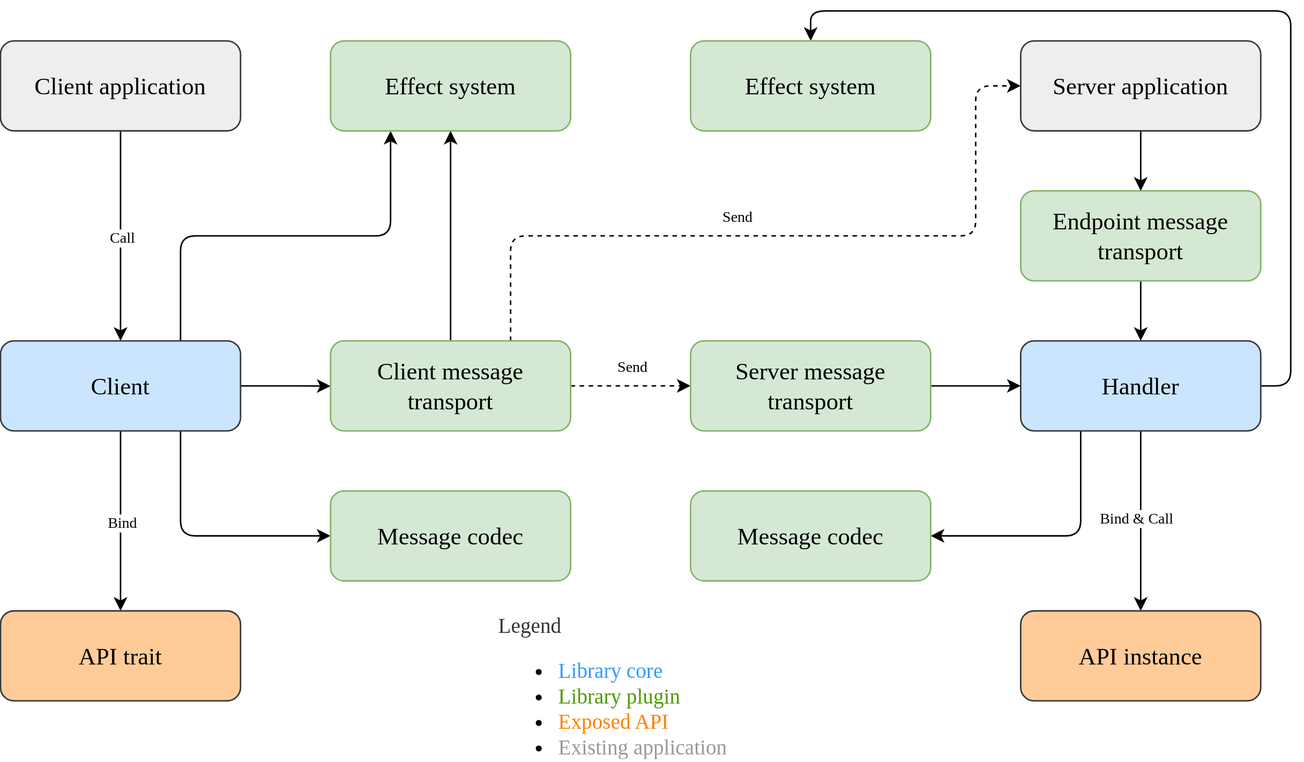
Above: doc/images/architecture.svg in martin-ockajak/automorph (draw.io), before the change. Source tidied: cells renumbered, new cells last; positions are measured from the earlier drawing's top-left corner, leaving out a move shared by most shapes.
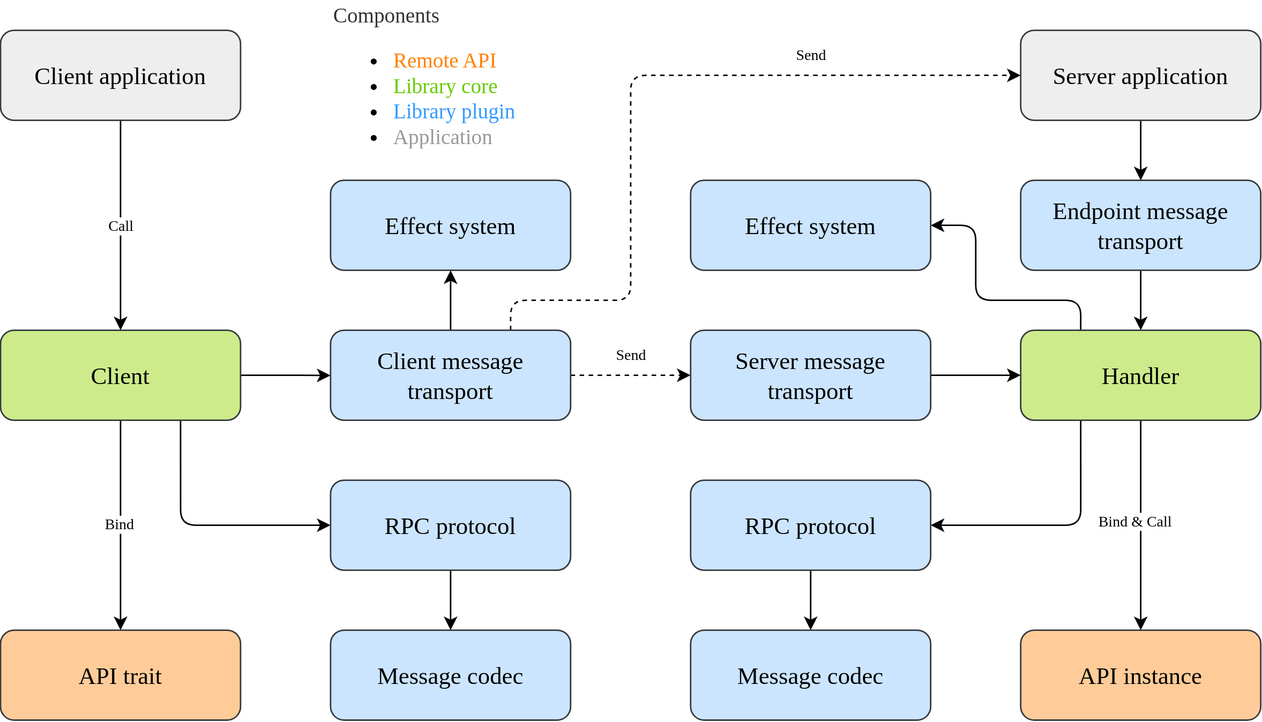
Later version of the same file.

The edit, as a diff of the source:
```diff
@@ -15,14 +15,6 @@
     <mxCell id="4" style="edgeStyle=none;rounded=1;jettySize=auto;html=1;exitX=0.5;exitY=1;exitDx=0;exitDy=0;fontFamily=Verdana;fontSize=16;strokeColor=none;" parent="1" edge="1" source="8" target="24">
       <mxGeometry relative="1" as="geometry" />
     </mxCell>
-    <mxCell id="5" style="edgeStyle=orthogonalEdgeStyle;rounded=1;jettySize=auto;html=1;exitX=0.75;exitY=0;exitDx=0;exitDy=0;entryX=0.25;entryY=1;entryDx=0;entryDy=0;fontFamily=Verdana;fontSize=16;" parent="1" edge="1" source="8" target="13">
-      <mxGeometry relative="1" as="geometry">
-        <Array as="points">
-          <mxPoint x="120" y="150" />
-          <mxPoint x="260" y="150" />
-        </Array>
-      </mxGeometry>
-    </mxCell>
     <mxCell id="6" style="edgeStyle=orthogonalEdgeStyle;rounded=1;jettySize=auto;html=1;exitX=1;exitY=0.5;exitDx=0;exitDy=0;fontFamily=Verdana;fontSize=16;strokeColor=#000000;" parent="1" edge="1" source="8">
       <mxGeometry relative="1" as="geometry">
         <mxPoint x="220" y="250.1" as="targetPoint" />
@@ -31,7 +23,7 @@
     <mxCell id="7" style="edgeStyle=orthogonalEdgeStyle;rounded=1;jettySize=auto;html=1;exitX=0.5;exitY=1;exitDx=0;exitDy=0;entryX=0.5;entryY=0;entryDx=0;entryDy=0;fontFamily=Verdana;fontSize=16;strokeColor=#000000;" parent="1" edge="1" source="8" target="24">
       <mxGeometry relative="1" as="geometry" />
     </mxCell>
-    <mxCell id="8" value="&lt;font style=&quot;font-size: 16px;&quot;&gt;Client&lt;/font&gt;" style="rounded=1;whiteSpace=wrap;html=1;fillColor=#cce5ff;strokeColor=#36393d;fontFamily=Verdana;fontSize=16;" parent="1" vertex="1">
+    <mxCell id="8" value="&lt;font style=&quot;font-size: 16px;&quot;&gt;Client&lt;/font&gt;" style="rounded=1;whiteSpace=wrap;html=1;fillColor=#cdeb8b;strokeColor=#36393d;fontFamily=Verdana;fontSize=16;" parent="1" vertex="1">
       <mxGeometry y="220" width="160" height="60" as="geometry" />
     </mxCell>
     <mxCell id="9" style="edgeStyle=orthogonalEdgeStyle;rounded=1;jettySize=auto;html=1;exitX=0.5;exitY=1;exitDx=0;exitDy=0;fontFamily=Verdana;fontSize=16;" parent="1" edge="1" source="12" target="25">
@@ -44,22 +36,25 @@
         </Array>
       </mxGeometry>
     </mxCell>
-    <mxCell id="11" style="edgeStyle=orthogonalEdgeStyle;rounded=1;jettySize=auto;html=1;exitX=1;exitY=0.5;exitDx=0;exitDy=0;entryX=0.5;entryY=0;entryDx=0;entryDy=0;fontFamily=Verdana;fontSize=16;strokeColor=#000000;" parent="1" edge="1" source="12" target="30">
+    <mxCell id="11" style="edgeStyle=orthogonalEdgeStyle;rounded=1;jettySize=auto;html=1;exitX=0.25;exitY=0;exitDx=0;exitDy=0;entryX=1;entryY=0.5;entryDx=0;entryDy=0;fontFamily=Verdana;fontSize=16;strokeColor=#000000;" parent="1" edge="1" source="12" target="30">
       <mxGeometry relative="1" as="geometry">
         <Array as="points">
-          <mxPoint x="860" y="250" />
-          <mxPoint x="860" />
-          <mxPoint x="540" />
+          <mxPoint x="720" y="200" />
+          <mxPoint x="650" y="200" />
+          <mxPoint x="650" y="150" />
         </Array>
       </mxGeometry>
     </mxCell>
-    <mxCell id="12" value="&lt;font style=&quot;font-size: 16px;&quot;&gt;Handler&lt;/font&gt;" style="rounded=1;whiteSpace=wrap;html=1;fillColor=#cce5ff;strokeColor=#36393d;fontFamily=Verdana;fontSize=16;" parent="1" vertex="1">
+    <mxCell id="12" value="&lt;font style=&quot;font-size: 16px;&quot;&gt;Handler&lt;/font&gt;" style="rounded=1;whiteSpace=wrap;html=1;fillColor=#cdeb8b;strokeColor=#36393d;fontFamily=Verdana;fontSize=16;" parent="1" vertex="1">
       <mxGeometry x="680" y="220" width="160" height="60" as="geometry" />
     </mxCell>
-    <mxCell id="13" value="&lt;font style=&quot;font-size: 16px;&quot;&gt;Effect system&lt;/font&gt;" style="rounded=1;whiteSpace=wrap;html=1;fillColor=#d5e8d4;strokeColor=#82b366;fontFamily=Verdana;fontSize=16;verticalAlign=middle;" parent="1" vertex="1">
-      <mxGeometry x="220" y="20" width="160" height="60" as="geometry" />
+    <mxCell id="13" value="&lt;font style=&quot;font-size: 16px;&quot;&gt;Effect system&lt;/font&gt;" style="rounded=1;whiteSpace=wrap;html=1;fillColor=#cce5ff;strokeColor=#36393d;fontFamily=Verdana;fontSize=16;verticalAlign=middle;" parent="1" vertex="1">
+      <mxGeometry x="220" y="120" width="160" height="60" as="geometry" />
     </mxCell>
+    <mxCell id="38" style="edgeStyle=orthogonalEdgeStyle;rounded=0;jettySize=auto;html=1;exitX=0.5;exitY=1;exitDx=0;exitDy=0;entryX=0.5;entryY=0;entryDx=0;entryDy=0;" parent="1" edge="1" source="14" target="40">
+      <mxGeometry relative="1" as="geometry" />
+    </mxCell>
-    <mxCell id="14" value="&lt;font style=&quot;font-size: 16px&quot;&gt;Message codec&lt;/font&gt;" style="rounded=1;whiteSpace=wrap;html=1;fillColor=#d5e8d4;strokeColor=#82b366;fontFamily=Verdana;fontSize=16;" parent="1" vertex="1">
+    <mxCell id="14" value="&lt;font style=&quot;font-size: 16px&quot;&gt;RPC protocol&lt;/font&gt;" style="rounded=1;whiteSpace=wrap;html=1;fillColor=#cce5ff;strokeColor=#36393d;fontFamily=Verdana;fontSize=16;" parent="1" vertex="1">
       <mxGeometry x="220" y="320" width="160" height="60" as="geometry" />
     </mxCell>
     <mxCell id="15" style="edgeStyle=orthogonalEdgeStyle;rounded=1;jettySize=auto;html=1;exitX=1;exitY=0.5;exitDx=0;exitDy=0;entryX=0;entryY=0.5;entryDx=0;entryDy=0;fontFamily=Verdana;fontSize=16;dashed=1;" parent="1" edge="1" source="18" target="20">
@@ -68,22 +63,22 @@
     <mxCell id="16" style="edgeStyle=orthogonalEdgeStyle;rounded=1;jettySize=auto;html=1;exitX=0.75;exitY=0;exitDx=0;exitDy=0;fontFamily=Verdana;fontSize=16;dashed=1;entryX=0;entryY=0.5;entryDx=0;entryDy=0;" parent="1" edge="1" source="18" target="27">
       <mxGeometry relative="1" as="geometry">
         <Array as="points">
-          <mxPoint x="340" y="150" />
-          <mxPoint x="650" y="150" />
-          <mxPoint x="650" y="50" />
+          <mxPoint x="340" y="200" />
+          <mxPoint x="420" y="200" />
+          <mxPoint x="420" y="50" />
         </Array>
       </mxGeometry>
     </mxCell>
     <mxCell id="17" style="edgeStyle=orthogonalEdgeStyle;rounded=1;jettySize=auto;html=1;exitX=0.5;exitY=0;exitDx=0;exitDy=0;entryX=0.5;entryY=1;entryDx=0;entryDy=0;fontFamily=Verdana;fontSize=16;strokeColor=#000000;" parent="1" edge="1" source="18" target="13">
       <mxGeometry relative="1" as="geometry" />
     </mxCell>
-    <mxCell id="18" value="&lt;font style=&quot;font-size: 16px&quot;&gt;Client message transport&lt;/font&gt;" style="rounded=1;whiteSpace=wrap;html=1;fillColor=#d5e8d4;strokeColor=#82b366;fontFamily=Verdana;fontSize=16;" parent="1" vertex="1">
+    <mxCell id="18" value="&lt;font style=&quot;font-size: 16px&quot;&gt;Client message transport&lt;/font&gt;" style="rounded=1;whiteSpace=wrap;html=1;fillColor=#cce5ff;strokeColor=#36393d;fontFamily=Verdana;fontSize=16;" parent="1" vertex="1">
       <mxGeometry x="220" y="220" width="160" height="60" as="geometry" />
     </mxCell>
     <mxCell id="19" style="edgeStyle=orthogonalEdgeStyle;rounded=1;jettySize=auto;html=1;exitX=1;exitY=0.5;exitDx=0;exitDy=0;fontFamily=Verdana;fontSize=16;" parent="1" edge="1" source="20" target="12">
       <mxGeometry relative="1" as="geometry" />
     </mxCell>
-    <mxCell id="20" value="&lt;font style=&quot;font-size: 16px&quot;&gt;Server message transport&lt;/font&gt;" style="rounded=1;whiteSpace=wrap;html=1;fillColor=#d5e8d4;strokeColor=#82b366;fontFamily=Verdana;fontSize=16;" parent="1" vertex="1">
+    <mxCell id="20" value="&lt;font style=&quot;font-size: 16px&quot;&gt;Server message transport&lt;/font&gt;" style="rounded=1;whiteSpace=wrap;html=1;fillColor=#cce5ff;strokeColor=#36393d;fontFamily=Verdana;fontSize=16;" parent="1" vertex="1">
       <mxGeometry x="460" y="220" width="160" height="60" as="geometry" />
     </mxCell>
     <mxCell id="21" style="edgeStyle=orthogonalEdgeStyle;rounded=1;jettySize=auto;html=1;exitX=0.5;exitY=1;exitDx=0;exitDy=0;entryX=0.5;entryY=0;entryDx=0;entryDy=0;fontFamily=Verdana;fontSize=16;strokeColor=#000000;" parent="1" edge="1" source="23" target="12">
@@ -94,14 +89,14 @@
         <mxPoint x="799.7" y="179.8" as="targetPoint" />
       </mxGeometry>
     </mxCell>
-    <mxCell id="23" value="&lt;font style=&quot;font-size: 16px&quot;&gt;Endpoint message transport&lt;/font&gt;" style="rounded=1;whiteSpace=wrap;html=1;fillColor=#d5e8d4;strokeColor=#82b366;fontFamily=Verdana;fontSize=16;" parent="1" vertex="1">
+    <mxCell id="23" value="&lt;font style=&quot;font-size: 16px&quot;&gt;Endpoint message transport&lt;/font&gt;" style="rounded=1;whiteSpace=wrap;html=1;fillColor=#cce5ff;strokeColor=#36393d;fontFamily=Verdana;fontSize=16;" parent="1" vertex="1">
       <mxGeometry x="680" y="120" width="160" height="60" as="geometry" />
     </mxCell>
     <mxCell id="24" value="&lt;font style=&quot;font-size: 16px&quot;&gt;API trait&lt;/font&gt;" style="rounded=1;whiteSpace=wrap;html=1;fillColor=#ffcc99;strokeColor=#36393d;fontFamily=Verdana;fontSize=16;" parent="1" vertex="1">
-      <mxGeometry y="400" width="160" height="60" as="geometry" />
+      <mxGeometry y="420" width="160" height="60" as="geometry" />
     </mxCell>
     <mxCell id="25" value="&lt;font style=&quot;font-size: 16px&quot;&gt;API instance&lt;/font&gt;" style="rounded=1;whiteSpace=wrap;html=1;fillColor=#ffcc99;strokeColor=#36393d;fontFamily=Verdana;fontSize=16;" parent="1" vertex="1">
-      <mxGeometry x="680" y="400" width="160" height="60" as="geometry" />
+      <mxGeometry x="680" y="420" width="160" height="60" as="geometry" />
     </mxCell>
     <mxCell id="26" style="edgeStyle=orthogonalEdgeStyle;rounded=1;jettySize=auto;html=1;fontFamily=Verdana;fontSize=16;strokeColor=#000000;" parent="1" edge="1" source="27" target="23">
       <mxGeometry relative="1" as="geometry" />
@@ -115,17 +110,22 @@
     <mxCell id="29" value="&lt;font style=&quot;font-size: 16px&quot;&gt;Client application&lt;/font&gt;" style="rounded=1;whiteSpace=wrap;html=1;fillColor=#eeeeee;strokeColor=#36393d;fontFamily=Verdana;fontSize=16;" parent="1" vertex="1">
       <mxGeometry y="20" width="160" height="60" as="geometry" />
     </mxCell>
-    <mxCell id="30" value="&lt;font style=&quot;font-size: 16px;&quot;&gt;Effect system&lt;/font&gt;" style="rounded=1;whiteSpace=wrap;html=1;fillColor=#d5e8d4;strokeColor=#82b366;fontFamily=Verdana;fontSize=16;verticalAlign=middle;" parent="1" vertex="1">
-      <mxGeometry x="460" y="20" width="160" height="60" as="geometry" />
+    <mxCell id="30" value="&lt;font style=&quot;font-size: 16px;&quot;&gt;Effect system&lt;/font&gt;" style="rounded=1;whiteSpace=wrap;html=1;fillColor=#cce5ff;strokeColor=#36393d;fontFamily=Verdana;fontSize=16;verticalAlign=middle;" parent="1" vertex="1">
+      <mxGeometry x="460" y="120" width="160" height="60" as="geometry" />
     </mxCell>
+    <mxCell id="39" style="edgeStyle=orthogonalEdgeStyle;rounded=0;jettySize=auto;html=1;exitX=0.5;exitY=1;exitDx=0;exitDy=0;entryX=0.5;entryY=0;entryDx=0;entryDy=0;" parent="1" edge="1" source="31" target="41">
+      <mxGeometry relative="1" as="geometry" />
+    </mxCell>
-    <mxCell id="31" value="&lt;font style=&quot;font-size: 16px&quot;&gt;Message codec&lt;/font&gt;" style="rounded=1;whiteSpace=wrap;html=1;fillColor=#d5e8d4;strokeColor=#82b366;fontFamily=Verdana;fontSize=16;" parent="1" vertex="1">
+    <mxCell id="31" value="&lt;font style=&quot;font-size: 16px&quot;&gt;RPC protocol&lt;/font&gt;" style="rounded=1;whiteSpace=wrap;html=1;fillColor=#cce5ff;strokeColor=#36393d;fontFamily=Verdana;fontSize=16;" parent="1" vertex="1">
       <mxGeometry x="460" y="320" width="160" height="60" as="geometry" />
     </mxCell>
-    <mxCell id="32" value="Bind" style="edgeLabel;html=1;align=center;verticalAlign=middle;fontSize=10;fontFamily=Verdana;" parent="1" vertex="1">
-      <mxGeometry x="80" y="340" as="geometry" />
+    <mxCell id="32" value="Bind&lt;br&gt;" style="edgeLabel;html=1;align=center;verticalAlign=middle;fontSize=10;fontFamily=Verdana;" parent="1" vertex="1">
+      <mxGeometry x="80" y="350" as="geometry">
+        <mxPoint x="-1" y="-1" as="offset" />
+      </mxGeometry>
     </mxCell>
     <mxCell id="33" value="Bind &amp;amp; Call" style="edgeLabel;html=1;align=center;verticalAlign=middle;fontSize=10;fontFamily=Verdana;" parent="1" vertex="1">
-      <mxGeometry x="770" y="330" as="geometry">
+      <mxGeometry x="770" y="340" as="geometry">
         <mxPoint x="-14" y="7" as="offset" />
       </mxGeometry>
     </mxCell>
@@ -133,7 +133,7 @@
       <mxGeometry x="80" y="150" as="geometry" />
     </mxCell>
     <mxCell id="35" value="Send" style="edgeLabel;html=1;align=center;verticalAlign=middle;fontSize=10;fontFamily=Verdana;" parent="1" vertex="1">
-      <mxGeometry x="500" y="130" as="geometry">
+      <mxGeometry x="550" y="30" as="geometry">
         <mxPoint x="-10" y="6" as="offset" />
       </mxGeometry>
     </mxCell>
@@ -142,8 +142,14 @@
         <mxPoint x="-10" y="6" as="offset" />
       </mxGeometry>
     </mxCell>
-    <mxCell id="37" value="&lt;div style=&quot;font-size: 14px&quot;&gt;&lt;font color=&quot;#333333&quot; style=&quot;font-size: 14px&quot;&gt;Legend&lt;/font&gt;&lt;/div&gt;&lt;ul style=&quot;font-size: 14px&quot;&gt;&lt;li&gt;&lt;font style=&quot;font-size: 14px&quot; color=&quot;#3399ff&quot;&gt;Library core&lt;/font&gt;&lt;/li&gt;&lt;li&gt;&lt;font style=&quot;font-size: 14px&quot; color=&quot;#4d9900&quot;&gt;Library plugin&lt;/font&gt;&lt;/li&gt;&lt;li&gt;&lt;font color=&quot;#ff8000&quot; style=&quot;font-size: 14px&quot;&gt;Exposed API&lt;/font&gt;&lt;/li&gt;&lt;li&gt;&lt;font style=&quot;font-size: 14px&quot; color=&quot;#999999&quot;&gt;Existing application&lt;/font&gt;&lt;/li&gt;&lt;/ul&gt;" style="text;strokeColor=none;fillColor=none;html=1;whiteSpace=wrap;verticalAlign=middle;overflow=hidden;fontFamily=Verdana;fontSize=12;align=left;" parent="1" vertex="1">
-      <mxGeometry x="330" y="400" width="210" height="100" as="geometry" />
+    <mxCell id="37" value="&lt;div style=&quot;font-size: 14px&quot;&gt;&lt;font color=&quot;#333333&quot;&gt;Components&lt;/font&gt;&lt;/div&gt;&lt;ul style=&quot;font-size: 14px&quot;&gt;&lt;li&gt;&lt;font color=&quot;#ff8000&quot;&gt;Remote API&lt;/font&gt;&lt;/li&gt;&lt;li&gt;&lt;font color=&quot;#66cc00&quot;&gt;Library core&lt;/font&gt;&lt;/li&gt;&lt;li&gt;&lt;font style=&quot;font-size: 14px&quot; color=&quot;#3399ff&quot;&gt;Library plugin&lt;/font&gt;&lt;/li&gt;&lt;li&gt;&lt;font style=&quot;font-size: 14px&quot; color=&quot;#999999&quot;&gt;Application&lt;/font&gt;&lt;/li&gt;&lt;/ul&gt;" style="text;strokeColor=none;fillColor=none;html=1;whiteSpace=wrap;verticalAlign=middle;overflow=hidden;fontFamily=Verdana;fontSize=12;align=left;" parent="1" vertex="1">
+      <mxGeometry x="220" width="185" height="100" as="geometry" />
     </mxCell>
+    <mxCell id="40" value="&lt;font style=&quot;font-size: 16px&quot;&gt;Message codec&lt;/font&gt;" style="rounded=1;whiteSpace=wrap;html=1;fillColor=#cce5ff;strokeColor=#36393d;fontFamily=Verdana;fontSize=16;" parent="1" vertex="1">
+      <mxGeometry x="220" y="420" width="160" height="60" as="geometry" />
+    </mxCell>
+    <mxCell id="41" value="&lt;font style=&quot;font-size: 16px&quot;&gt;Message codec&lt;/font&gt;" style="rounded=1;whiteSpace=wrap;html=1;fillColor=#cce5ff;strokeColor=#36393d;fontFamily=Verdana;fontSize=16;" parent="1" vertex="1">
+      <mxGeometry x="460" y="420" width="160" height="60" as="geometry" />
+    </mxCell>
   </root>
 </mxGraphModel>
```
